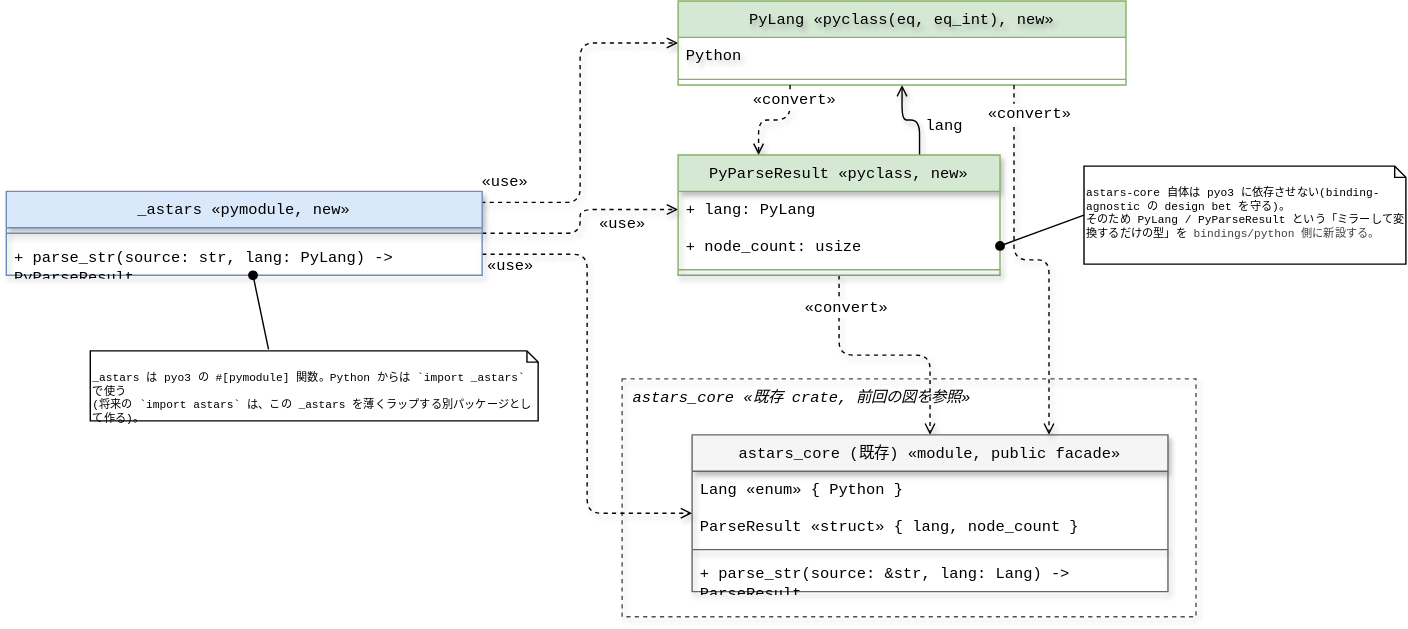
Earlier version of the draw.io export docs/architecture/python-binding-spike.drawio.svg (xwasoux/astars). Source tidied: cells renumbered, new cells last; positions are measured from the earlier drawing's top-left corner, leaving out a move shared by most shapes. Source of this version:
```xml
<mxGraphModel>
  <root>
    <mxCell id="0" />
    <mxCell id="1" parent="0" />
    <mxCell id="2" value="astars_core «既存 crate, 前回の図を参照»" style="rounded=0;dashed=1;fillColor=none;strokeColor=#4D4D4D;verticalAlign=top;fontStyle=2;align=left;spacingLeft=6;fontSize=11;shadow=1;fontFamily=monospace;" parent="1" vertex="1">
      <mxGeometry x="440" y="270" width="410" height="170" as="geometry" />
    </mxCell>
    <mxCell id="3" value="«use»" style="edgeStyle=orthogonalEdgeStyle;rounded=1;html=1;endArrow=open;endFill=0;dashed=1;shadow=1;curved=0;entryX=0;entryY=0.5;entryDx=0;entryDy=0;exitX=0.998;exitY=0.132;exitDx=0;exitDy=0;exitPerimeter=0;fontFamily=monospace;" parent="1" edge="1" source="16" target="13">
      <mxGeometry x="-0.86" y="14" relative="1" as="geometry" />
    </mxCell>
    <mxCell id="4" value="«use»" style="edgeStyle=orthogonalEdgeStyle;rounded=1;html=1;endArrow=open;endFill=0;dashed=1;shadow=1;curved=0;entryX=0;entryY=0.5;entryDx=0;entryDy=0;exitX=1;exitY=0.5;exitDx=0;exitDy=0;fontFamily=monospace;" parent="1" edge="1" source="16" target="22">
      <mxGeometry x="0.49" y="-11" relative="1" as="geometry" />
    </mxCell>
    <mxCell id="5" value="«use»" style="edgeStyle=orthogonalEdgeStyle;rounded=1;html=1;endArrow=open;endFill=0;dashed=1;shadow=1;curved=0;entryX=0;entryY=0.5;entryDx=0;entryDy=0;exitX=1;exitY=0.75;exitDx=0;exitDy=0;fontFamily=monospace;" parent="1" edge="1" source="16" target="8">
      <mxGeometry x="-0.88" y="-9" relative="1" as="geometry" />
    </mxCell>
    <mxCell id="6" value="«convert»" style="edgeStyle=orthogonalEdgeStyle;rounded=1;html=1;endArrow=open;endFill=0;dashed=1;shadow=1;curved=0;fontFamily=monospace;" parent="1" edge="1" source="21" target="8">
      <mxGeometry x="-0.73" y="5" relative="1" as="geometry" />
    </mxCell>
    <mxCell id="7" value="lang" style="edgeStyle=orthogonalEdgeStyle;rounded=1;html=1;endArrow=open;endFill=0;shadow=1;curved=0;exitX=0.75;exitY=0;exitDx=0;exitDy=0;entryX=0.5;entryY=1;entryDx=0;entryDy=0;fontFamily=monospace;" parent="1" edge="1" source="21" target="13">
      <mxGeometry x="-0.36" y="-17" relative="1" as="geometry" />
    </mxCell>
    <mxCell id="8" value="&lt;span style=&quot;color: rgb(0, 0, 0); font-size: 11px; font-weight: 400; text-align: left;&quot;&gt;astars_core (既存) «module, public facade»&lt;/span&gt;" style="swimlane;fontStyle=1;align=center;verticalAlign=top;horizontal=1;startSize=26;whiteSpace=wrap;html=1;fillColor=#f5f5f5;fontColor=#333333;strokeColor=#666666;shadow=1;fontFamily=monospace;" parent="1" vertex="1">
      <mxGeometry x="490" y="310" width="340" height="112" as="geometry" />
    </mxCell>
    <mxCell id="9" value="&lt;span style=&quot;color: rgb(0, 0, 0); font-size: 11px;&quot;&gt;Lang «enum» { Python }&lt;/span&gt;" style="text;strokeColor=none;fillColor=none;align=left;verticalAlign=top;spacingLeft=4;spacingRight=4;overflow=hidden;whiteSpace=wrap;html=1;fontFamily=monospace;shadow=1;" parent="8" vertex="1">
      <mxGeometry y="26" width="340" height="26" as="geometry" />
    </mxCell>
    <mxCell id="10" value="&lt;span style=&quot;color: rgb(0, 0, 0); font-size: 11px;&quot;&gt;ParseResult «struct» { lang, node_count }&lt;/span&gt;" style="text;strokeColor=none;fillColor=none;align=left;verticalAlign=top;spacingLeft=4;spacingRight=4;overflow=hidden;whiteSpace=wrap;html=1;fontFamily=monospace;shadow=1;" parent="8" vertex="1">
      <mxGeometry y="52" width="340" height="26" as="geometry" />
    </mxCell>
    <mxCell id="11" style="line;strokeWidth=1;fillColor=none;align=left;verticalAlign=middle;spacingTop=-1;spacingLeft=3;spacingRight=3;labelPosition=right;strokeColor=inherit;shadow=1;fontFamily=monospace;" parent="8" vertex="1">
      <mxGeometry y="78" width="340" height="8" as="geometry" />
    </mxCell>
    <mxCell id="12" value="&lt;span style=&quot;color: rgb(0, 0, 0); font-size: 11px;&quot;&gt;+ parse_str(source: &amp;amp;str, lang: Lang)&amp;nbsp;&lt;/span&gt;&lt;span style=&quot;color: rgb(0, 0, 0); font-size: 11px;&quot;&gt;-&amp;gt; ParseResult&lt;/span&gt;" style="text;strokeColor=none;fillColor=none;align=left;verticalAlign=top;spacingLeft=4;spacingRight=4;overflow=hidden;whiteSpace=wrap;html=1;fontFamily=monospace;shadow=1;" parent="8" vertex="1">
      <mxGeometry y="86" width="340" height="26" as="geometry" />
    </mxCell>
    <mxCell id="13" value="&lt;span style=&quot;color: rgb(0, 0, 0); font-size: 11px; font-weight: 400; text-align: left;&quot;&gt;PyLang «pyclass(eq, eq_int), new»&lt;/span&gt;" style="swimlane;fontStyle=1;align=center;verticalAlign=top;horizontal=1;startSize=26;whiteSpace=wrap;html=1;fontFamily=monospace;textShadow=1;fillColor=#d5e8d4;strokeColor=#82b366;labelBackgroundColor=none;" parent="1" vertex="1">
      <mxGeometry x="480" width="320" height="60" as="geometry" />
    </mxCell>
    <mxCell id="14" value="&lt;span style=&quot;color: rgb(0, 0, 0); font-size: 11px;&quot;&gt;Python&lt;/span&gt;" style="text;strokeColor=none;fillColor=none;align=left;verticalAlign=top;spacingLeft=4;spacingRight=4;overflow=hidden;whiteSpace=wrap;html=1;fontFamily=monospace;textShadow=1;labelBackgroundColor=none;" parent="13" vertex="1">
      <mxGeometry y="26" width="320" height="26" as="geometry" />
    </mxCell>
    <mxCell id="15" style="line;strokeWidth=1;fillColor=none;align=left;verticalAlign=middle;spacingTop=-1;spacingLeft=3;spacingRight=3;labelPosition=right;strokeColor=inherit;textShadow=1;labelBackgroundColor=none;fontFamily=monospace;" parent="13" vertex="1">
      <mxGeometry y="52" width="320" height="8" as="geometry" />
    </mxCell>
    <mxCell id="16" value="&lt;span style=&quot;color: rgb(0, 0, 0); font-size: 11px; font-weight: 400; text-align: left;&quot;&gt;_astars «pymodule, new»&lt;/span&gt;" style="swimlane;fontStyle=1;align=center;verticalAlign=top;horizontal=1;startSize=26;whiteSpace=wrap;html=1;fillColor=#dae8fc;strokeColor=#6c8ebf;shadow=1;fontFamily=monospace;" parent="1" vertex="1">
      <mxGeometry y="136" width="340" height="60" as="geometry" />
    </mxCell>
    <mxCell id="17" style="line;strokeWidth=1;fillColor=none;align=left;verticalAlign=middle;spacingTop=-1;spacingLeft=3;spacingRight=3;labelPosition=right;strokeColor=inherit;shadow=1;fontFamily=monospace;" parent="16" vertex="1">
      <mxGeometry y="26" width="340" height="8" as="geometry" />
    </mxCell>
    <mxCell id="18" value="&lt;span style=&quot;color: rgb(0, 0, 0); font-size: 11px;&quot;&gt;+ parse_str(source: str, lang: PyLang)&amp;nbsp;&lt;/span&gt;&lt;span style=&quot;color: rgb(0, 0, 0); font-size: 11px;&quot;&gt;-&amp;gt; PyParseResult&lt;/span&gt;" style="text;strokeColor=none;fillColor=none;align=left;verticalAlign=top;spacingLeft=4;spacingRight=4;overflow=hidden;whiteSpace=wrap;html=1;fontFamily=monospace;shadow=1;" parent="16" vertex="1">
      <mxGeometry y="34" width="340" height="26" as="geometry" />
    </mxCell>
    <mxCell id="19" style="edgeStyle=orthogonalEdgeStyle;rounded=1;html=1;endArrow=open;endFill=0;dashed=1;shadow=1;curved=0;exitX=0.25;exitY=1;exitDx=0;exitDy=0;entryX=0.25;entryY=0;entryDx=0;entryDy=0;fontFamily=monospace;" parent="1" edge="1" source="13" target="21">
      <mxGeometry x="0.73" relative="1" as="geometry" />
    </mxCell>
    <mxCell id="20" value="&lt;span style=&quot;color: rgb(0, 0, 0); font-family: monospace;&quot;&gt;«convert»&lt;/span&gt;" style="edgeLabel;html=1;align=center;verticalAlign=middle;" parent="19" vertex="1">
      <mxGeometry x="-0.73" y="2" relative="1" as="geometry" />
    </mxCell>
    <mxCell id="21" value="&lt;span style=&quot;color: rgb(0, 0, 0); font-size: 11px; font-weight: 400; text-align: left;&quot;&gt;PyParseResult «pyclass, new»&lt;/span&gt;" style="swimlane;fontStyle=1;align=center;verticalAlign=top;horizontal=1;startSize=26;whiteSpace=wrap;html=1;fillColor=#d5e8d4;strokeColor=#82b366;shadow=1;fontFamily=monospace;" parent="1" vertex="1">
      <mxGeometry x="480" y="110" width="230" height="86" as="geometry" />
    </mxCell>
    <mxCell id="22" value="&lt;span style=&quot;color: rgb(0, 0, 0); font-size: 11px;&quot;&gt;+ lang: PyLang&lt;/span&gt;" style="text;strokeColor=none;fillColor=none;align=left;verticalAlign=top;spacingLeft=4;spacingRight=4;overflow=hidden;points=[[0,0.5],[1,0.5]];portConstraint=eastwest;whiteSpace=wrap;html=1;fontFamily=monospace;shadow=1;" parent="21" vertex="1">
      <mxGeometry y="26" width="230" height="26" as="geometry" />
    </mxCell>
    <mxCell id="23" value="&lt;span style=&quot;color: rgb(0, 0, 0); font-size: 11px;&quot;&gt;+ node_count: usize&lt;/span&gt;" style="text;strokeColor=none;fillColor=none;align=left;verticalAlign=top;spacingLeft=4;spacingRight=4;overflow=hidden;points=[[0,0.5],[1,0.5]];portConstraint=eastwest;whiteSpace=wrap;html=1;fontFamily=monospace;shadow=1;" parent="21" vertex="1">
      <mxGeometry y="52" width="230" height="26" as="geometry" />
    </mxCell>
    <mxCell id="24" style="line;strokeWidth=1;fillColor=none;align=left;verticalAlign=middle;spacingTop=-1;spacingLeft=3;spacingRight=3;labelPosition=right;strokeColor=inherit;shadow=1;fontFamily=monospace;" parent="21" vertex="1">
      <mxGeometry y="78" width="230" height="8" as="geometry" />
    </mxCell>
    <mxCell id="25" style="edgeStyle=none;html=1;exitX=0;exitY=0.5;exitDx=0;exitDy=0;exitPerimeter=0;endArrow=oval;endFill=1;entryX=1;entryY=0.5;entryDx=0;entryDy=0;fontFamily=monospace;" parent="1" edge="1" source="26" target="23">
      <mxGeometry relative="1" as="geometry" />
    </mxCell>
    <mxCell id="26" value="astars-core 自体は pyo3 に依存させない(binding-agnostic の design bet を守る)。&lt;div&gt;そのため PyLang / PyParseResult という「ミラーして変換するだけの型」を&lt;span style=&quot;color: rgb(63, 63, 63); background-color: transparent;&quot;&gt;bindings/python 側に新設する。&lt;/span&gt;&lt;/div&gt;" style="shape=note2;boundedLbl=1;whiteSpace=wrap;html=1;size=8;verticalAlign=top;align=left;fontSize=8;fontFamily=monospace;" parent="1" vertex="1">
      <mxGeometry x="770" y="118" width="230" height="70" as="geometry" />
    </mxCell>
    <mxCell id="27" style="edgeStyle=none;html=1;exitX=0.398;exitY=-0.022;exitDx=0;exitDy=0;exitPerimeter=0;endArrow=oval;endFill=1;fontFamily=monospace;" parent="1" edge="1" source="28" target="16">
      <mxGeometry relative="1" as="geometry" />
    </mxCell>
    <mxCell id="28" value="_astars は pyo3 の #[pymodule] 関数。Python からは `import _astars` で使う&lt;div&gt;(将来の `import astars` は、この _astars を薄くラップする別パッケージとして作る)。&lt;/div&gt;" style="shape=note2;boundedLbl=1;whiteSpace=wrap;html=1;size=8;verticalAlign=top;align=left;fontSize=8;fontFamily=monospace;" parent="1" vertex="1">
      <mxGeometry x="60" y="250" width="320" height="50" as="geometry" />
    </mxCell>
    <mxCell id="29" style="edgeStyle=orthogonalEdgeStyle;rounded=1;html=1;endArrow=open;endFill=0;dashed=1;shadow=1;curved=0;exitX=0.75;exitY=1;exitDx=0;exitDy=0;entryX=0.75;entryY=0;entryDx=0;entryDy=0;fontFamily=monospace;" parent="1" edge="1" source="13" target="8">
      <mxGeometry x="0.78" relative="1" as="geometry" />
    </mxCell>
    <mxCell id="30" value="&lt;span style=&quot;color: rgb(0, 0, 0); font-family: monospace;&quot;&gt;«convert»&lt;/span&gt;" style="edgeLabel;html=1;align=center;verticalAlign=middle;" parent="29" vertex="1">
      <mxGeometry x="-0.92" y="1" relative="1" as="geometry">
        <mxPoint x="9" y="9" as="offset" />
      </mxGeometry>
    </mxCell>
  </root>
</mxGraphModel>
```
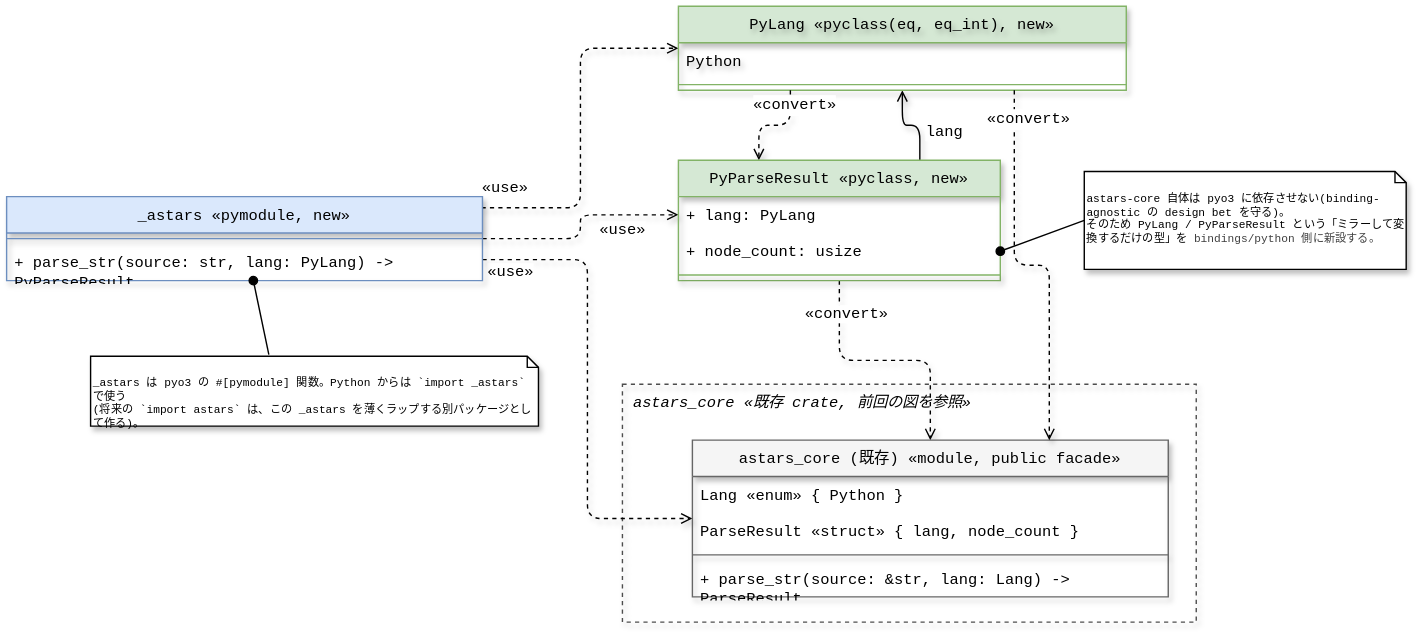
Later version of the same file.

Commit message:
feat: bindings/nodeにnapi-rs wiringを追加し、Nodeから呼び出せる最小spikeを作成

Diff of the diagram source:
```diff
@@ -35,7 +35,7 @@
     <mxCell id="12" value="&lt;span style=&quot;color: rgb(0, 0, 0); font-size: 11px;&quot;&gt;+ parse_str(source: &amp;amp;str, lang: Lang)&amp;nbsp;&lt;/span&gt;&lt;span style=&quot;color: rgb(0, 0, 0); font-size: 11px;&quot;&gt;-&amp;gt; ParseResult&lt;/span&gt;" style="text;strokeColor=none;fillColor=none;align=left;verticalAlign=top;spacingLeft=4;spacingRight=4;overflow=hidden;whiteSpace=wrap;html=1;fontFamily=monospace;shadow=1;" parent="8" vertex="1">
       <mxGeometry y="86" width="340" height="26" as="geometry" />
     </mxCell>
-    <mxCell id="13" value="&lt;span style=&quot;color: rgb(0, 0, 0); font-size: 11px; font-weight: 400; text-align: left;&quot;&gt;PyLang «pyclass(eq, eq_int), new»&lt;/span&gt;" style="swimlane;fontStyle=1;align=center;verticalAlign=top;horizontal=1;startSize=26;whiteSpace=wrap;html=1;fontFamily=monospace;textShadow=1;fillColor=#d5e8d4;strokeColor=#82b366;labelBackgroundColor=none;" parent="1" vertex="1">
+    <mxCell id="13" value="&lt;span style=&quot;color: rgb(0, 0, 0); font-size: 11px; font-weight: 400; text-align: left;&quot;&gt;PyLang «pyclass(eq, eq_int), new»&lt;/span&gt;" style="swimlane;fontStyle=1;align=center;verticalAlign=top;horizontal=1;startSize=26;whiteSpace=wrap;html=1;fontFamily=monospace;textShadow=1;fillColor=#d5e8d4;strokeColor=#82b366;labelBackgroundColor=none;shadow=1;" parent="1" vertex="1">
       <mxGeometry x="480" width="320" height="60" as="geometry" />
     </mxCell>
     <mxCell id="14" value="&lt;span style=&quot;color: rgb(0, 0, 0); font-size: 11px;&quot;&gt;Python&lt;/span&gt;" style="text;strokeColor=none;fillColor=none;align=left;verticalAlign=top;spacingLeft=4;spacingRight=4;overflow=hidden;whiteSpace=wrap;html=1;fontFamily=monospace;textShadow=1;labelBackgroundColor=none;" parent="13" vertex="1">
@@ -74,13 +74,13 @@
     <mxCell id="25" style="edgeStyle=none;html=1;exitX=0;exitY=0.5;exitDx=0;exitDy=0;exitPerimeter=0;endArrow=oval;endFill=1;entryX=1;entryY=0.5;entryDx=0;entryDy=0;fontFamily=monospace;" parent="1" edge="1" source="26" target="23">
       <mxGeometry relative="1" as="geometry" />
     </mxCell>
-    <mxCell id="26" value="astars-core 自体は pyo3 に依存させない(binding-agnostic の design bet を守る)。&lt;div&gt;そのため PyLang / PyParseResult という「ミラーして変換するだけの型」を&lt;span style=&quot;color: rgb(63, 63, 63); background-color: transparent;&quot;&gt;bindings/python 側に新設する。&lt;/span&gt;&lt;/div&gt;" style="shape=note2;boundedLbl=1;whiteSpace=wrap;html=1;size=8;verticalAlign=top;align=left;fontSize=8;fontFamily=monospace;" parent="1" vertex="1">
+    <mxCell id="26" value="astars-core 自体は pyo3 に依存させない(binding-agnostic の design bet を守る)。&lt;div&gt;そのため PyLang / PyParseResult という「ミラーして変換するだけの型」を&lt;span style=&quot;color: rgb(63, 63, 63); background-color: transparent;&quot;&gt;bindings/python 側に新設する。&lt;/span&gt;&lt;/div&gt;" style="shape=note2;boundedLbl=1;whiteSpace=wrap;html=1;size=8;verticalAlign=top;align=left;fontSize=8;fontFamily=monospace;shadow=1;" parent="1" vertex="1">
       <mxGeometry x="770" y="118" width="230" height="70" as="geometry" />
     </mxCell>
     <mxCell id="27" style="edgeStyle=none;html=1;exitX=0.398;exitY=-0.022;exitDx=0;exitDy=0;exitPerimeter=0;endArrow=oval;endFill=1;fontFamily=monospace;" parent="1" edge="1" source="28" target="16">
       <mxGeometry relative="1" as="geometry" />
     </mxCell>
-    <mxCell id="28" value="_astars は pyo3 の #[pymodule] 関数。Python からは `import _astars` で使う&lt;div&gt;(将来の `import astars` は、この _astars を薄くラップする別パッケージとして作る)。&lt;/div&gt;" style="shape=note2;boundedLbl=1;whiteSpace=wrap;html=1;size=8;verticalAlign=top;align=left;fontSize=8;fontFamily=monospace;" parent="1" vertex="1">
+    <mxCell id="28" value="_astars は pyo3 の #[pymodule] 関数。Python からは `import _astars` で使う&lt;div&gt;(将来の `import astars` は、この _astars を薄くラップする別パッケージとして作る)。&lt;/div&gt;" style="shape=note2;boundedLbl=1;whiteSpace=wrap;html=1;size=8;verticalAlign=top;align=left;fontSize=8;fontFamily=monospace;shadow=1;" parent="1" vertex="1">
       <mxGeometry x="60" y="250" width="320" height="50" as="geometry" />
     </mxCell>
     <mxCell id="29" style="edgeStyle=orthogonalEdgeStyle;rounded=1;html=1;endArrow=open;endFill=0;dashed=1;shadow=1;curved=0;exitX=0.75;exitY=1;exitDx=0;exitDy=0;entryX=0.75;entryY=0;entryDx=0;entryDy=0;fontFamily=monospace;" parent="1" edge="1" source="13" target="8">
```
